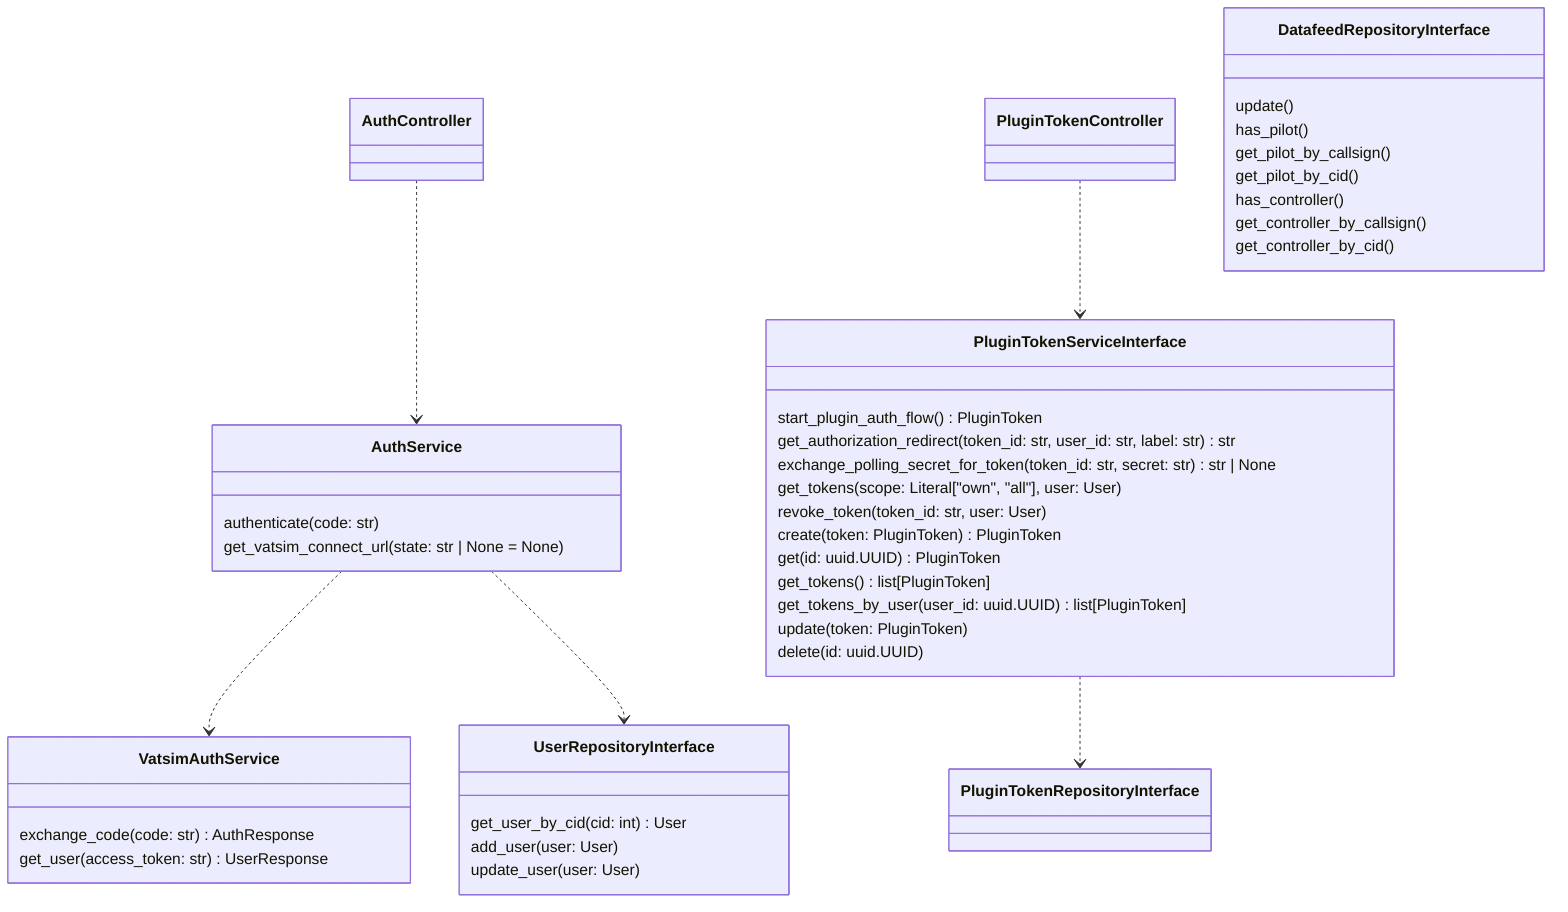
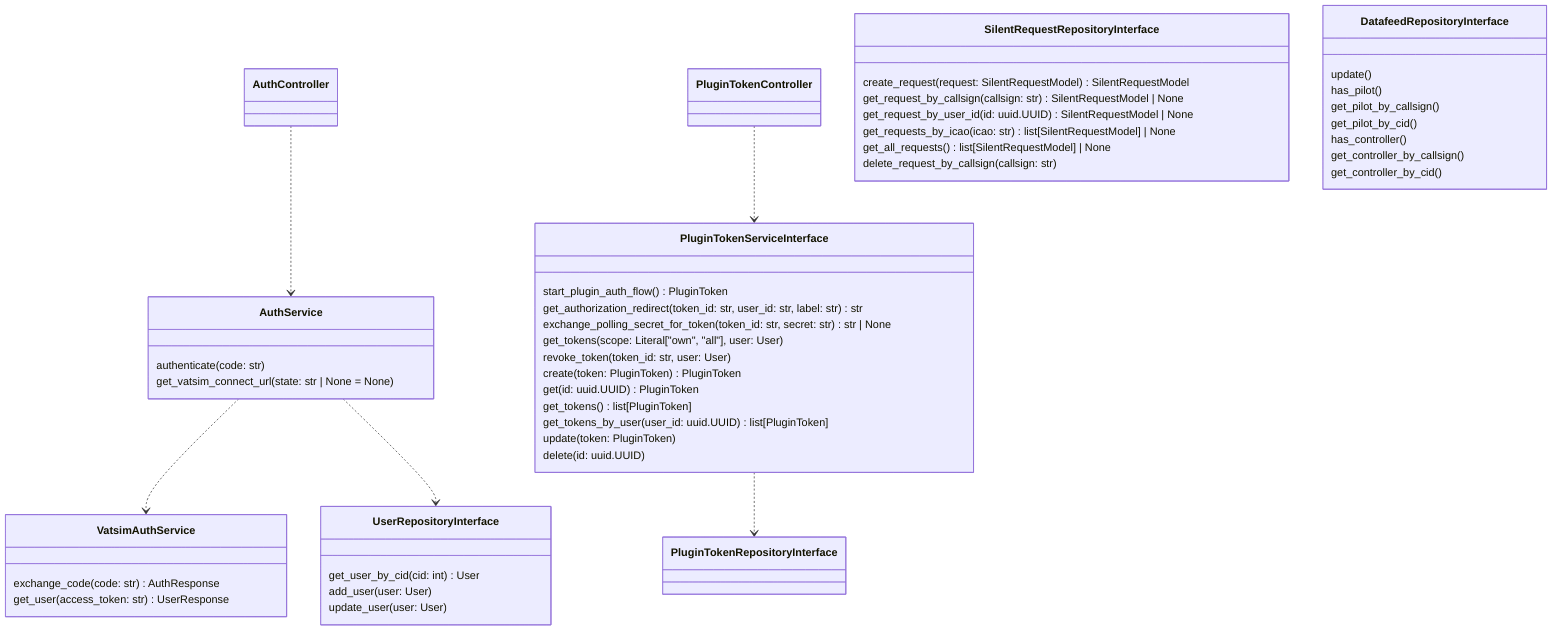
classDiagram
    %% <|--	Inheritance
    %% *--	Composition
    %% o--	Aggregation
    %% -->	Association
    %% --	Link (Solid)
    %% ..>	Dependency
    %% ..|>	Realization
    %% ..	Link (Dashed)

    %% Auth:

    class AuthController {
    }

    AuthController ..> AuthService

    class AuthService {
        authenticate(code: str)
        get_vatsim_connect_url(state: str | None = None)
    }

    AuthService ..> VatsimAuthService
    AuthService ..> UserRepositoryInterface

    class VatsimAuthService {
        exchange_code(code: str) AuthResponse
        get_user(access_token: str) UserResponse
    }

    class UserRepositoryInterface {
        get_user_by_cid(cid: int) User
        add_user(user: User)
        update_user(user: User)
    }

    %% Plugin Token:

    class PluginTokenController {
    }

    PluginTokenController ..> PluginTokenServiceInterface

    class PluginTokenServiceInterface {
        start_plugin_auth_flow() PluginToken
        get_authorization_redirect(token_id: str, user_id: str, label: str) str
        exchange_polling_secret_for_token(token_id: str, secret: str) str | None
        get_tokens(scope: Literal["own", "all"], user: User)
        revoke_token(token_id: str, user: User)
    }

    PluginTokenServiceInterface ..> PluginTokenRepositoryInterface

    class PluginTokenServiceInterface {
        create(token: PluginToken) PluginToken
        get(id: uuid.UUID) PluginToken
        get_tokens() list[PluginToken]
        get_tokens_by_user(user_id: uuid.UUID) list[PluginToken]
        update(token: PluginToken)
        delete(id: uuid.UUID)
    }

+     %% SilentRequest:
+ 
+     class SilentRequestRepositoryInterface {
+         create_request(request: SilentRequestModel) SilentRequestModel
+         get_request_by_callsign(callsign: str) SilentRequestModel | None
+         get_request_by_user_id(id: uuid.UUID) SilentRequestModel | None
+         get_requests_by_icao(icao: str) list[SilentRequestModel] | None
+         get_all_requests() list[SilentRequestModel] | None
+         delete_request_by_callsign(callsign: str)
+     }
+ 
    %% Datafeed:

    class DatafeedRepositoryInterface {
        update()
        has_pilot()
        get_pilot_by_callsign()
        get_pilot_by_cid()
        has_controller()
        get_controller_by_callsign()
        get_controller_by_cid()
    }